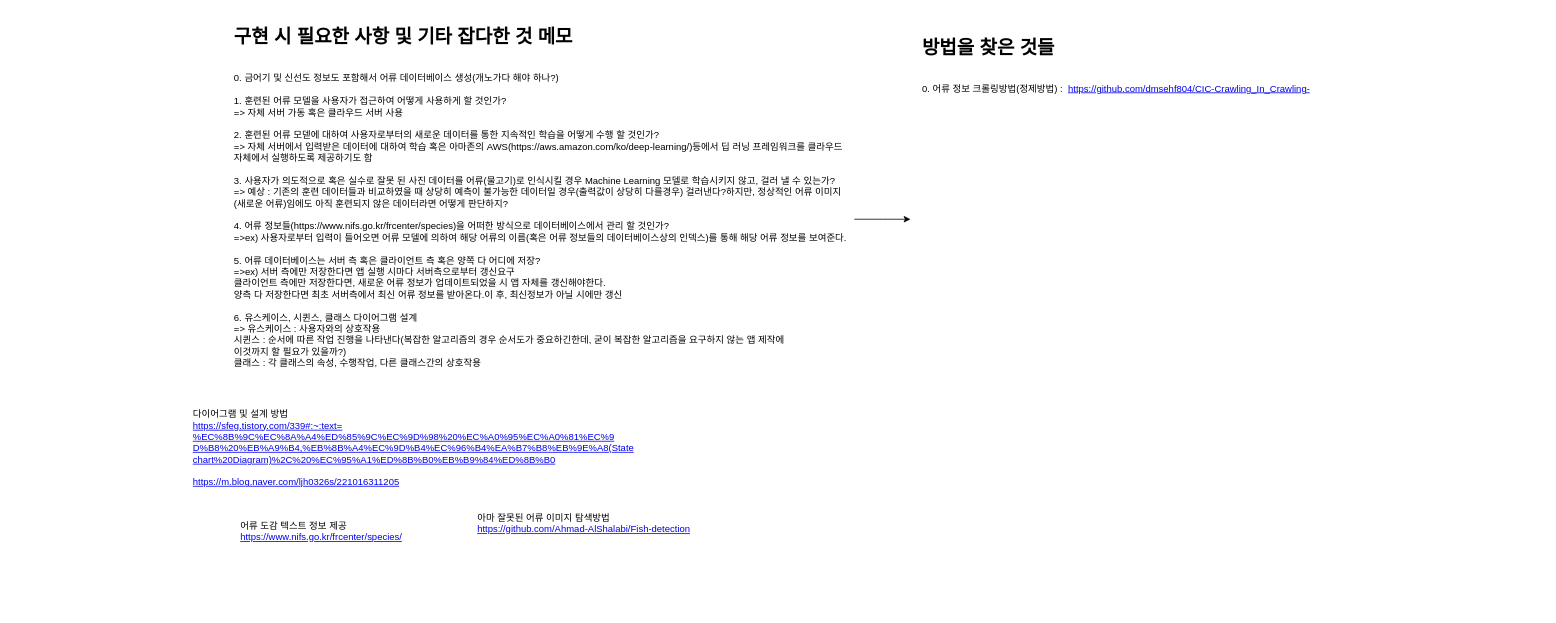
This is page "메모" (1 of 3) of 설계/설계.drawio from 2021-KNU-Capstone-Team1/FishDic, a draw.io file, before an edit. Source tidied: cells renumbered, new cells numbered last; positions are measured from the earlier drawing's top-left corner, leaving out a move shared by most shapes. Both pictures are drawn from the tidied source at 79%, with x=0, y=0 at pixel (191, 21).
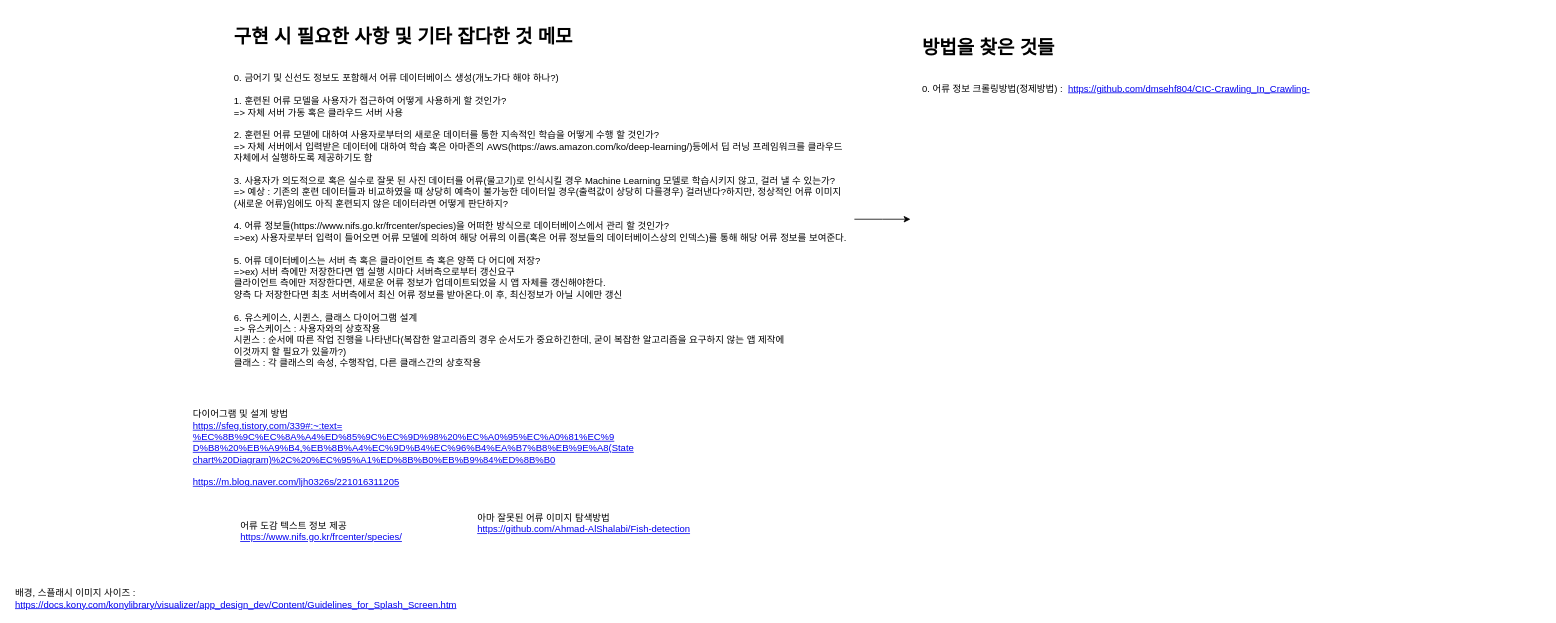
After the change.

Change to the diagram source:
```diff
@@
 <mxGraphModel>
   <root>
     <mxCell id="0" />
     <mxCell id="1" parent="0" />
     <mxCell id="2" style="edgeStyle=orthogonalEdgeStyle;rounded=0;jettySize=auto;html=1;" parent="1" edge="1" source="3">
       <mxGeometry relative="1" as="geometry">
         <mxPoint x="910" y="250" as="targetPoint" />
       </mxGeometry>
     </mxCell>
     <mxCell id="3" value="&lt;h1&gt;구현 시 필요한 사항 및 기타 잡다한 것 메모&lt;/h1&gt;&lt;div&gt;&lt;strike&gt;&lt;br&gt;&lt;/strike&gt;&lt;/div&gt;&lt;div&gt;0. 금어기 및 신선도 정보도 포함해서 어류 데이터베이스 생성(개노가다 해야 하나?)&lt;/div&gt;&lt;div&gt;&lt;br&gt;&lt;/div&gt;&lt;div&gt;1. 훈련된 어류 모델을 사용자가 접근하여 어떻게 사용하게 할 것인가?&lt;/div&gt;&lt;div&gt;=&amp;gt; 자체 서버 가동 혹은 클라우드 서버 사용&lt;/div&gt;&lt;div&gt;&lt;br&gt;&lt;/div&gt;&lt;div&gt;2. 훈련된 어류 모덷에 대하여 사용자로부터의 새로운 데이터를 통한 지속적인 학습을 어떻게 수행 할 것인가?&lt;/div&gt;&lt;div&gt;=&amp;gt; 자체 서버에서 입력받은 데이터에 대하여 학습 혹은 아마존의 AWS(https://aws.amazon.com/ko/deep-learning/)등에서 딥 러닝 프레임워크를 클라우드 자체에서 실행하도록 제공하기도 함&lt;/div&gt;&lt;div&gt;&lt;br&gt;&lt;/div&gt;&lt;div&gt;3. 사용자가 의도적으로 혹은 실수로 잘못 된 사진 데이터를 어류(물고기)로 인식시킬 경우 Machine Learning 모델로 학습시키지 않고, 걸러 낼 수 있는가?&lt;/div&gt;&lt;div&gt;=&amp;gt; 예상 : 기존의 훈련 데이터들과 비교하였을 때 상당히 예측이 불가능한 데이터일 경우(출력값이 상당히 다를경우) 걸러낸다?하지만, 정상적인 어류 이미지(새로운 어류)임에도 아직 훈련되지 않은 데이터라면 어떻게 판단하지?&lt;/div&gt;&lt;div&gt;&lt;br&gt;&lt;/div&gt;&lt;div&gt;4. 어류 정보들(https://www.nifs.go.kr/frcenter/species)을 어떠한 방식으로 데이터베이스에서 관리 할 것인가?&lt;/div&gt;&lt;div&gt;=&amp;gt;ex) 사용자로부터 입력이 들어오면 어류 모델에 의하여 해당 어류의 이름(혹은 어류 정보들의 데이터베이스상의 인덱스)를 통해 해당 어류 정보를 보여준다.&lt;/div&gt;&lt;div&gt;&lt;br&gt;&lt;/div&gt;&lt;div&gt;5. 어류 데이터베이스는 서버 측 혹은 클라이언트 측 혹은 양쪽 다 어디에 저장?&lt;/div&gt;&lt;div&gt;=&amp;gt;ex) 서버 측에만 저장한다면 앱 실행 시마다 서버측으로부터 갱신요구&lt;/div&gt;&lt;div&gt;클라이언트 측에만 저장한다면, 새로운 어류 정보가 업데이트되었을 시 앱 자체를 갱신해야한다.&lt;/div&gt;&lt;div&gt;양측 다 저장한다면 최초 서버측에서 최신 어류 정보를 받아온다.이 후, 최신정보가 아닐 시에만 갱신&lt;/div&gt;&lt;div&gt;&lt;br&gt;&lt;/div&gt;&lt;div&gt;6. 유스케이스, 시퀸스, 클래스 다이어그램 설계&lt;/div&gt;&lt;div&gt;=&amp;gt; 유스케이스 : 사용자와의 상호작용&lt;/div&gt;&lt;div&gt;시퀸스 : 순서에 따른 작업 진행을 나타낸다(복잡한 알고리즘의 경우 순서도가 중요하긴한데, 굳이 복잡한 알고리즘을 요구하지 않는 앱 제작에&amp;nbsp;&lt;/div&gt;&lt;div&gt;이것까지 할 필요가 있을까?)&lt;/div&gt;&lt;div&gt;클래스 : 각 클래스의 속성, 수행작업, 다른 클래스간의 상호작용&lt;/div&gt;" style="text;html=1;strokeColor=none;fillColor=none;spacing=5;spacingTop=-20;whiteSpace=wrap;overflow=hidden;rounded=0;align=left;" parent="1" vertex="1">
       <mxGeometry x="49" width="790" height="500" as="geometry" />
     </mxCell>
     <mxCell id="4" value="다이어그램 및 설계 방법&lt;br&gt;&lt;a href=&quot;https://sfeg.tistory.com/339#:~:text=%EC%8B%9C%EC%8A%A4%ED%85%9C%EC%9D%98%20%EC%A0%95%EC%A0%81%EC%9D%B8%20%EB%A9%B4,%EB%8B%A4%EC%9D%B4%EC%96%B4%EA%B7%B8%EB%9E%A8(Statechart%20Diagram)%2C%20%EC%95%A1%ED%8B%B0%EB%B9%84%ED%8B%B0&quot;&gt;https://sfeg.tistory.com/339#:~:text=&lt;br&gt;%EC%8B%9C%EC%8A%A4%ED%85%9C%EC%9D%98%20%EC%A0%95%EC%A0%81%EC%9&lt;br&gt;D%B8%20%EB%A9%B4,%EB%8B%A4%EC%9D%B4%EC%96%B4%EA%B7%B8%EB%9E%A8(State&lt;br&gt;chart%20Diagram)%2C%20%EC%95%A1%ED%8B%B0%EB%B9%84%ED%8B%B0&lt;/a&gt;&lt;br&gt;&lt;br&gt;&lt;a href=&quot;https://m.blog.naver.com/ljh0326s/221016311205&quot;&gt;https://m.blog.naver.com/ljh0326s/221016311205&lt;/a&gt;" style="text;html=1;strokeColor=none;fillColor=none;align=left;verticalAlign=middle;whiteSpace=wrap;rounded=0;" parent="1" vertex="1">
       <mxGeometry y="460" width="630" height="160" as="geometry" />
     </mxCell>
     <mxCell id="5" value="어류 도감 텍스트 정보 제공&lt;br&gt;&lt;a href=&quot;https://www.nifs.go.kr/frcenter/species/&quot;&gt;https://www.nifs.go.kr/frcenter/species/&lt;/a&gt;" style="text;html=1;align=left;verticalAlign=middle;" parent="1" vertex="1">
       <mxGeometry x="60" y="630" width="220" height="30" as="geometry" />
     </mxCell>
     <mxCell id="6" value="아마 잘못된 어류 이미지 탐색방법&lt;br&gt;&lt;a href=&quot;https://github.com/Ahmad-AlShalabi/Fish-detection&quot;&gt;https://github.com/Ahmad-AlShalabi/Fish-detection&lt;/a&gt;" style="text;html=1;align=left;verticalAlign=middle;" parent="1" vertex="1">
       <mxGeometry x="360" y="620" width="280" height="30" as="geometry" />
     </mxCell>
     <mxCell id="7" value="&lt;h1&gt;방법을 찾은 것들&lt;/h1&gt;&lt;div&gt;&lt;br&gt;&lt;/div&gt;&lt;div&gt;0. 어류 정보 크롤링방법(정제방법) :&amp;nbsp; &lt;a href=&quot;https://github.com/dmsehf804/CIC-Crawling_In_Crawling-&quot;&gt;https://github.com/dmsehf804/CIC-Crawling_In_Crawling-&lt;/a&gt;&lt;/div&gt;" style="text;html=1;strokeColor=none;fillColor=none;spacing=5;spacingTop=-20;whiteSpace=wrap;overflow=hidden;rounded=0;align=left;" parent="1" vertex="1">
       <mxGeometry x="920" y="13" width="790" height="500" as="geometry" />
     </mxCell>
+    <mxCell id="8" value="배경, 스플래시 이미지 사이즈 :&lt;br&gt;&lt;a href=&quot;https://docs.kony.com/konylibrary/visualizer/app_design_dev/Content/Guidelines_for_Splash_Screen.htm&quot;&gt;https://docs.kony.com/konylibrary/visualizer/app_design_dev/Content/Guidelines_for_Splash_Screen.htm&lt;/a&gt;" style="text;html=1;align=left;verticalAlign=middle;" parent="1" vertex="1">
+      <mxGeometry x="-225" y="715" width="570" height="30" as="geometry" />
+    </mxCell>
   </root>
 </mxGraphModel>
```
